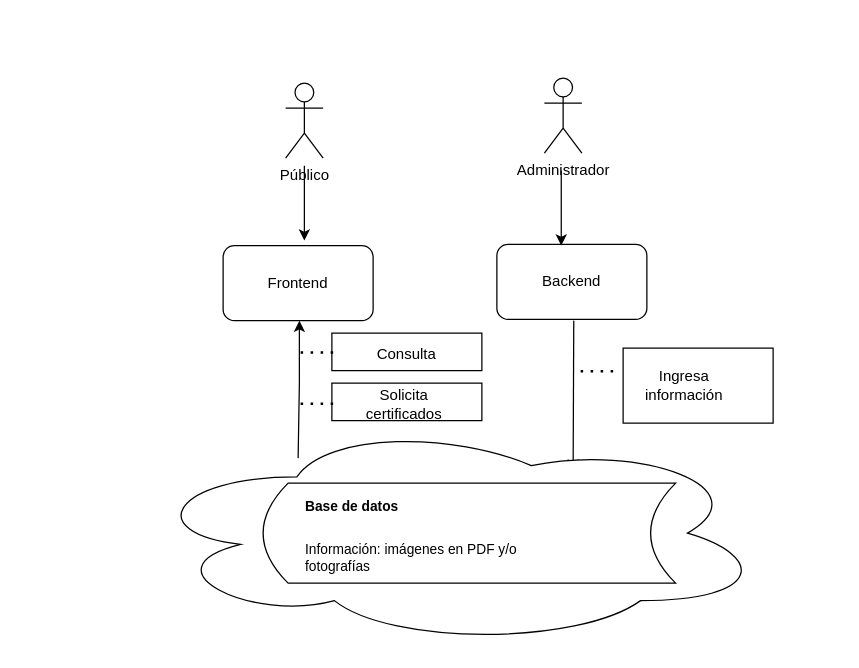
Above: Diagrama sin título.drawio in DiegoBenjumeaDeveloper/Agendamiento (draw.io), before the change. Source tidied: cells renumbered, new cells numbered last; positions are measured from the earlier drawing's top-left corner, leaving out a move shared by most shapes. Both pictures are drawn from the tidied source at 125%, with x=0, y=0 at pixel (21, 78).
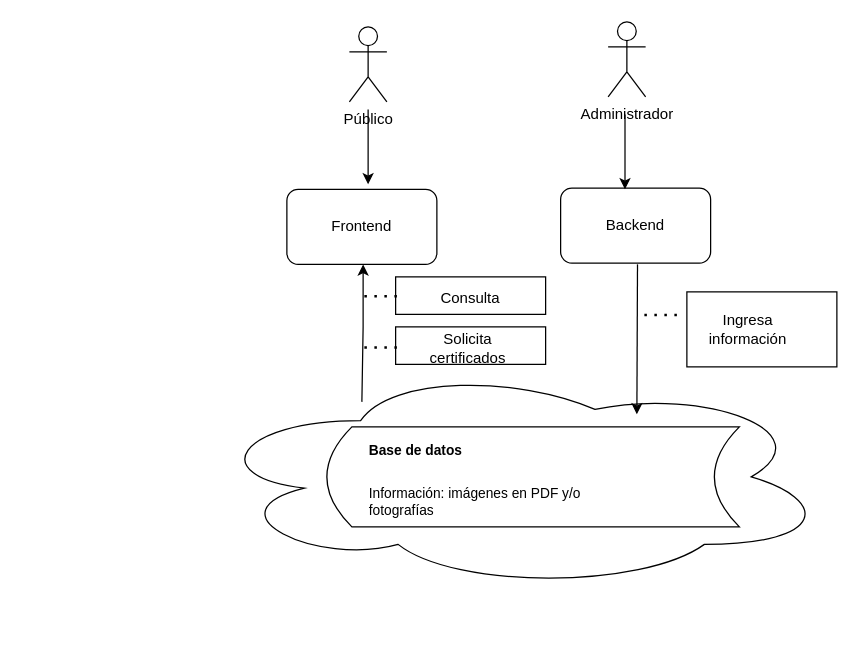
The same page after the edit.

Commit message:
Actualizar Diagrama cfjmb.drawio

Change to the diagram source:
```diff
@@
+    <mxCell id="26" style="group;" parent="1" vertex="1">
+      <mxGeometry x="121" y="-45" width="531" height="424" as="geometry" />
+    </mxCell>
+    <mxCell id="10" style="group;" parent="26" vertex="1">
+      <mxGeometry y="284" width="430" height="140" as="geometry" />
+    </mxCell>
+    <mxCell id="11" style="group;" parent="10" vertex="1">
+      <mxGeometry x="-70" y="-40" width="500" height="180" as="geometry" />
+    </mxCell>
+    <mxCell id="12" style="ellipse;shape=cloud;whiteSpace=wrap;html=1;" parent="11" vertex="1">
+      <mxGeometry x="95" y="30" width="500" height="180" as="geometry" />
+    </mxCell>
+    <mxCell id="13" style="shape=dataStorage;whiteSpace=wrap;html=1;fixedSize=1;" parent="11" vertex="1">
+      <mxGeometry x="193" y="80" width="330" height="80" as="geometry" />
+    </mxCell>
+    <mxCell id="14" value="&lt;h1&gt;&lt;font style=&quot;font-size: 11px;&quot;&gt;&lt;span style=&quot;background-color: initial;&quot;&gt;Base de datos&lt;/span&gt;&lt;br&gt;&lt;/font&gt;&lt;/h1&gt;&lt;div&gt;&lt;font style=&quot;font-size: 11px;&quot;&gt;Información: imágenes en PDF y/o fotografías&lt;/font&gt;&lt;/div&gt;" style="text;html=1;strokeColor=none;fillColor=none;spacing=5;spacingTop=-20;whiteSpace=wrap;overflow=hidden;rounded=0;" parent="11" vertex="1">
+      <mxGeometry x="222" y="75" width="180" height="85" as="geometry" />
+    </mxCell>
+    <mxCell id="27" style="group;" parent="26" vertex="1">
+      <mxGeometry x="91" width="440" height="314" as="geometry" />
+    </mxCell>
-    <mxCell id="2" value="Público" style="shape=umlActor;verticalLabelPosition=bottom;verticalAlign=top;html=1;" parent="1" vertex="1">
-      <mxGeometry x="211" y="4" width="30" height="60" as="geometry" />
+    <mxCell id="2" value="Público" style="shape=umlActor;verticalLabelPosition=bottom;verticalAlign=top;html=1;" parent="27" vertex="1">
+      <mxGeometry x="50" y="4" width="30" height="60" as="geometry" />
     </mxCell>
-    <mxCell id="3" value="Administrador" style="shape=umlActor;verticalLabelPosition=bottom;verticalAlign=top;html=1;" parent="1" vertex="1">
-      <mxGeometry x="418" width="30" height="60" as="geometry" />
+    <mxCell id="3" value="Administrador" style="shape=umlActor;verticalLabelPosition=bottom;verticalAlign=top;html=1;" parent="27" vertex="1">
+      <mxGeometry x="257" width="30" height="60" as="geometry" />
     </mxCell>
-    <mxCell id="4" value="Frontend" style="rounded=1;whiteSpace=wrap;html=1;" parent="1" vertex="1">
-      <mxGeometry x="161" y="134" width="120" height="60" as="geometry" />
+    <mxCell id="4" value="Frontend" style="rounded=1;whiteSpace=wrap;html=1;" parent="27" vertex="1">
+      <mxGeometry y="134" width="120" height="60" as="geometry" />
     </mxCell>
-    <mxCell id="5" value="Backend" style="rounded=1;whiteSpace=wrap;html=1;" parent="1" vertex="1">
-      <mxGeometry x="380" y="133" width="120" height="60" as="geometry" />
+    <mxCell id="5" value="Backend" style="rounded=1;whiteSpace=wrap;html=1;" parent="27" vertex="1">
+      <mxGeometry x="219" y="133" width="120" height="60" as="geometry" />
     </mxCell>
-    <mxCell id="6" style="endArrow=classic;html=1;curved=1;" parent="1" edge="1">
+    <mxCell id="6" style="endArrow=classic;html=1;curved=1;" parent="27" edge="1">
       <mxGeometry relative="1" as="geometry">
-        <mxPoint x="226" y="70" as="sourcePoint" />
-        <mxPoint x="226" y="130" as="targetPoint" />
+        <mxPoint x="65" y="70" as="sourcePoint" />
+        <mxPoint x="65" y="130" as="targetPoint" />
       </mxGeometry>
     </mxCell>
-    <mxCell id="7" style="endArrow=classic;html=1;curved=1;" parent="1" edge="1">
+    <mxCell id="7" style="endArrow=classic;html=1;curved=1;" parent="27" edge="1">
       <mxGeometry relative="1" as="geometry">
-        <mxPoint x="431.5" y="74" as="sourcePoint" />
-        <mxPoint x="431.5" y="134" as="targetPoint" />
+        <mxPoint x="270.5" y="74" as="sourcePoint" />
+        <mxPoint x="270.5" y="134" as="targetPoint" />
       </mxGeometry>
     </mxCell>
-    <mxCell id="8" style="endArrow=classic;html=1;rounded=0;entryX=0.5;entryY=1;entryDx=0;entryDy=0;" parent="1" edge="1">
+    <mxCell id="8" style="endArrow=classic;html=1;rounded=0;entryX=0.5;entryY=1;entryDx=0;entryDy=0;" parent="27" edge="1">
       <mxGeometry relative="1" as="geometry">
-        <mxPoint x="221" y="304" as="sourcePoint" />
-        <mxPoint x="222" y="194" as="targetPoint" />
+        <mxPoint x="60" y="304" as="sourcePoint" />
+        <mxPoint x="61" y="194" as="targetPoint" />
         <Array as="points">
-          <mxPoint x="222" y="244" />
+          <mxPoint x="61" y="244" />
         </Array>
       </mxGeometry>
     </mxCell>
-    <mxCell id="9" style="endArrow=classic;html=1;curved=1;" parent="1" edge="1">
+    <mxCell id="9" style="endArrow=classic;html=1;curved=1;" parent="27" edge="1">
       <mxGeometry relative="1" as="geometry">
-        <mxPoint x="441.5" y="194" as="sourcePoint" />
-        <mxPoint x="441" y="314" as="targetPoint" />
+        <mxPoint x="280.5" y="194" as="sourcePoint" />
+        <mxPoint x="280" y="314" as="targetPoint" />
       </mxGeometry>
     </mxCell>
-    <mxCell id="10" style="group;" parent="1" vertex="1">
-      <mxGeometry x="70" y="284" width="430" height="140" as="geometry" />
-    </mxCell>
-    <mxCell id="11" style="group;" parent="10" vertex="1">
-      <mxGeometry x="-70" y="-40" width="500" height="180" as="geometry" />
-    </mxCell>
-    <mxCell id="12" style="ellipse;shape=cloud;whiteSpace=wrap;html=1;" parent="11" vertex="1">
-      <mxGeometry x="95" y="30" width="500" height="180" as="geometry" />
-    </mxCell>
-    <mxCell id="13" style="shape=dataStorage;whiteSpace=wrap;html=1;fixedSize=1;" parent="11" vertex="1">
-      <mxGeometry x="193" y="80" width="330" height="80" as="geometry" />
-    </mxCell>
-    <mxCell id="14" value="&lt;h1&gt;&lt;font style=&quot;font-size: 11px;&quot;&gt;&lt;span style=&quot;background-color: initial;&quot;&gt;Base de datos&lt;/span&gt;&lt;br&gt;&lt;/font&gt;&lt;/h1&gt;&lt;div&gt;&lt;font style=&quot;font-size: 11px;&quot;&gt;Información: imágenes en PDF y/o fotografías&lt;/font&gt;&lt;/div&gt;" style="text;html=1;strokeColor=none;fillColor=none;spacing=5;spacingTop=-20;whiteSpace=wrap;overflow=hidden;rounded=0;" parent="11" vertex="1">
-      <mxGeometry x="222" y="75" width="180" height="85" as="geometry" />
-    </mxCell>
-    <mxCell id="15" style="group;" parent="1" vertex="1">
-      <mxGeometry x="248" y="204" width="120" height="32" as="geometry" />
+    <mxCell id="15" style="group;" parent="27" vertex="1">
+      <mxGeometry x="87" y="204" width="120" height="32" as="geometry" />
     </mxCell>
@@
-    <mxCell id="18" style="group;" parent="1" vertex="1">
-      <mxGeometry x="246" y="244" width="120" height="32" as="geometry" />
+    <mxCell id="18" style="group;" parent="27" vertex="1">
+      <mxGeometry x="85" y="244" width="120" height="32" as="geometry" />
     </mxCell>
@@
-    <mxCell id="21" style="endArrow=none;dashed=1;html=1;dashPattern=1 3;strokeWidth=2;rounded=0;" parent="1" edge="1">
+    <mxCell id="21" style="endArrow=none;dashed=1;html=1;dashPattern=1 3;strokeWidth=2;rounded=0;" parent="27" edge="1">
       <mxGeometry relative="1" as="geometry">
-        <mxPoint x="223" y="219.5" as="sourcePoint" />
-        <mxPoint x="253" y="219.5" as="targetPoint" />
+        <mxPoint x="62" y="219.5" as="sourcePoint" />
+        <mxPoint x="92" y="219.5" as="targetPoint" />
       </mxGeometry>
     </mxCell>
-    <mxCell id="22" style="endArrow=none;dashed=1;html=1;dashPattern=1 3;strokeWidth=2;rounded=0;" parent="1" edge="1">
+    <mxCell id="22" style="endArrow=none;dashed=1;html=1;dashPattern=1 3;strokeWidth=2;rounded=0;" parent="27" edge="1">
       <mxGeometry relative="1" as="geometry">
-        <mxPoint x="223" y="260.5" as="sourcePoint" />
-        <mxPoint x="253" y="260.5" as="targetPoint" />
+        <mxPoint x="62" y="260.5" as="sourcePoint" />
+        <mxPoint x="92" y="260.5" as="targetPoint" />
       </mxGeometry>
     </mxCell>
-    <mxCell id="23" style="rounded=0;whiteSpace=wrap;html=1;" parent="1" vertex="1">
-      <mxGeometry x="481" y="216" width="120" height="60" as="geometry" />
+    <mxCell id="23" style="rounded=0;whiteSpace=wrap;html=1;" parent="27" vertex="1">
+      <mxGeometry x="320" y="216" width="120" height="60" as="geometry" />
     </mxCell>
-    <mxCell id="24" value="Ingresa información" style="text;html=1;strokeColor=none;fillColor=none;align=center;verticalAlign=middle;whiteSpace=wrap;rounded=0;" parent="1" vertex="1">
-      <mxGeometry x="500" y="231" width="60" height="30" as="geometry" />
+    <mxCell id="24" value="Ingresa información" style="text;html=1;strokeColor=none;fillColor=none;align=center;verticalAlign=middle;whiteSpace=wrap;rounded=0;" parent="27" vertex="1">
+      <mxGeometry x="339" y="231" width="60" height="30" as="geometry" />
     </mxCell>
-    <mxCell id="25" style="endArrow=none;dashed=1;html=1;dashPattern=1 3;strokeWidth=2;rounded=0;" parent="1" edge="1">
+    <mxCell id="25" style="endArrow=none;dashed=1;html=1;dashPattern=1 3;strokeWidth=2;rounded=0;" parent="27" edge="1">
       <mxGeometry relative="1" as="geometry">
-        <mxPoint x="447" y="234.5" as="sourcePoint" />
-        <mxPoint x="477" y="234.5" as="targetPoint" />
+        <mxPoint x="286" y="234.5" as="sourcePoint" />
+        <mxPoint x="316" y="234.5" as="targetPoint" />
       </mxGeometry>
     </mxCell>
```
